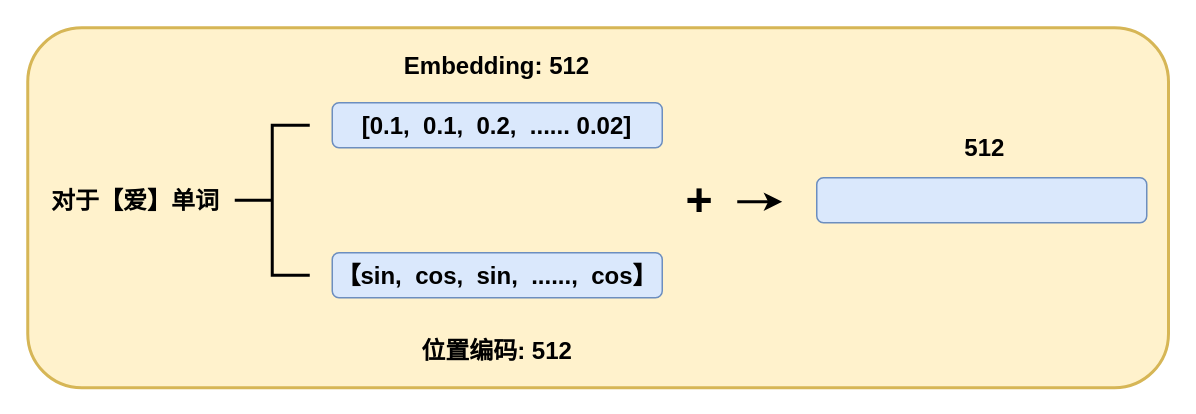
Earlier version of the draw.io diagram transformer模型输入编码表示.drawio (gitofding/first_repository). Source tidied: cells renumbered, new cells numbered last; positions are measured from the earlier drawing's top-left corner, leaving out a move shared by most shapes. Both pictures are drawn from the tidied source at 150%, with x=0, y=0 at pixel (27, 27).
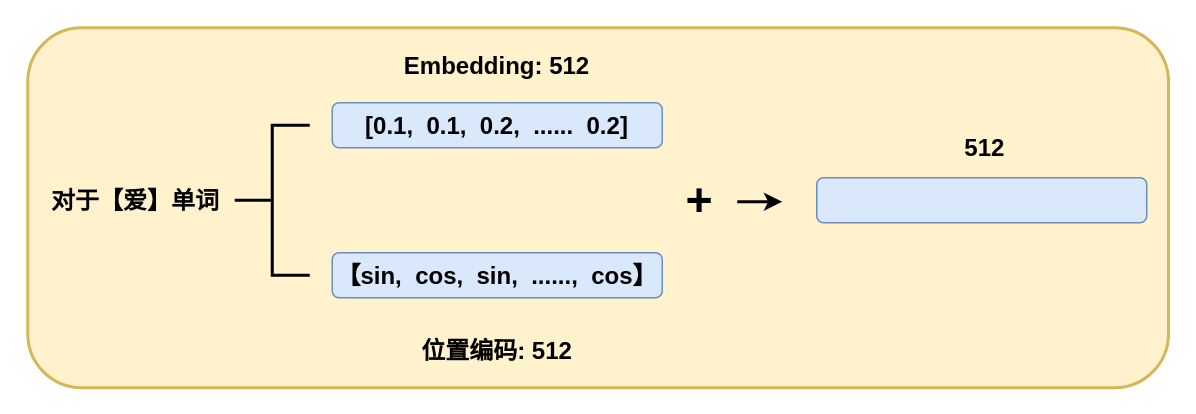
The same diagram, later.

Commit message (it also covers changes not shown here):
Update transformer模型输入编码表示.drawio

Change to the diagram source:
```diff
@@
 <mxGraphModel>
   <root>
     <mxCell id="0" />
     <mxCell id="1" parent="0" />
     <mxCell id="2" style="rounded=1;whiteSpace=wrap;html=1;fillColor=#fff2cc;strokeColor=#d6b656;shadow=0;sketch=0;strokeWidth=2;" parent="1" vertex="1">
       <mxGeometry width="760.5" height="240" as="geometry" />
     </mxCell>
     <mxCell id="3" value="&lt;font style=&quot;font-size: 16px&quot;&gt;&lt;b&gt;对于【爱】单词&lt;/b&gt;&lt;/font&gt;" style="text;html=1;strokeColor=none;fillColor=none;align=center;verticalAlign=middle;whiteSpace=wrap;rounded=0;" parent="1" vertex="1">
       <mxGeometry x="7" y="100" width="130" height="30" as="geometry" />
     </mxCell>
     <mxCell id="4" style="strokeWidth=2;html=1;shape=mxgraph.flowchart.annotation_2;align=left;labelPosition=right;fontSize=16;" parent="1" vertex="1">
       <mxGeometry x="138" y="65" width="50" height="100" as="geometry" />
     </mxCell>
     <mxCell id="5" value="&lt;b&gt;【sin,&amp;nbsp; cos,&amp;nbsp; sin,&amp;nbsp; ......,&amp;nbsp; cos】&lt;/b&gt;" style="rounded=1;whiteSpace=wrap;html=1;fontSize=16;fillColor=#dae8fc;strokeColor=#6c8ebf;" parent="1" vertex="1">
       <mxGeometry x="203" y="150" width="220" height="30" as="geometry" />
     </mxCell>
-    <mxCell id="6" value="&lt;b&gt;[0.1,&amp;nbsp; 0.1,&amp;nbsp; 0.2,&amp;nbsp; ...... 0.02]&lt;/b&gt;" style="rounded=1;whiteSpace=wrap;html=1;fontSize=16;fillColor=#dae8fc;strokeColor=#6c8ebf;" parent="1" vertex="1">
+    <mxCell id="6" value="&lt;b&gt;[0.1,&amp;nbsp; 0.1,&amp;nbsp; 0.2,&amp;nbsp; ......&amp;nbsp; 0.2]&lt;/b&gt;" style="rounded=1;whiteSpace=wrap;html=1;fontSize=16;fillColor=#dae8fc;strokeColor=#6c8ebf;" parent="1" vertex="1">
       <mxGeometry x="203" y="50" width="220" height="30" as="geometry" />
     </mxCell>
     <mxCell id="7" value="&lt;b&gt;Embedding: 512&lt;/b&gt;" style="text;html=1;strokeColor=none;fillColor=none;align=center;verticalAlign=middle;whiteSpace=wrap;rounded=0;fontSize=16;" parent="1" vertex="1">
       <mxGeometry x="243" y="10" width="140" height="30" as="geometry" />
     </mxCell>
     <mxCell id="8" value="&lt;b&gt;位置编码: 512&lt;/b&gt;" style="text;html=1;strokeColor=none;fillColor=none;align=center;verticalAlign=middle;whiteSpace=wrap;rounded=0;fontSize=16;" parent="1" vertex="1">
       <mxGeometry x="258" y="200" width="110" height="30" as="geometry" />
     </mxCell>
     <mxCell id="9" value="&lt;b&gt;&lt;font style=&quot;font-size: 31px&quot;&gt;+&lt;/font&gt;&lt;/b&gt;" style="text;html=1;strokeColor=none;fillColor=none;align=center;verticalAlign=middle;whiteSpace=wrap;rounded=0;fontSize=16;" parent="1" vertex="1">
       <mxGeometry x="423" y="100" width="50" height="30" as="geometry" />
     </mxCell>
     <mxCell id="10" style="endArrow=classic;html=1;rounded=0;fontSize=31;edgeStyle=orthogonalEdgeStyle;strokeWidth=2;" parent="1" edge="1">
       <mxGeometry relative="1" as="geometry">
         <mxPoint x="473" y="116" as="sourcePoint" />
         <mxPoint x="503" y="116" as="targetPoint" />
       </mxGeometry>
     </mxCell>
     <mxCell id="11" style="rounded=1;whiteSpace=wrap;html=1;fontSize=16;fillColor=#dae8fc;strokeColor=#6c8ebf;" parent="1" vertex="1">
       <mxGeometry x="526" y="100" width="220" height="30" as="geometry" />
     </mxCell>
     <mxCell id="12" value="&lt;b&gt;&amp;nbsp;512&lt;/b&gt;" style="text;html=1;strokeColor=none;fillColor=none;align=center;verticalAlign=middle;whiteSpace=wrap;rounded=0;fontSize=16;" parent="1" vertex="1">
       <mxGeometry x="606" y="65" width="60" height="30" as="geometry" />
     </mxCell>
   </root>
 </mxGraphModel>
```
